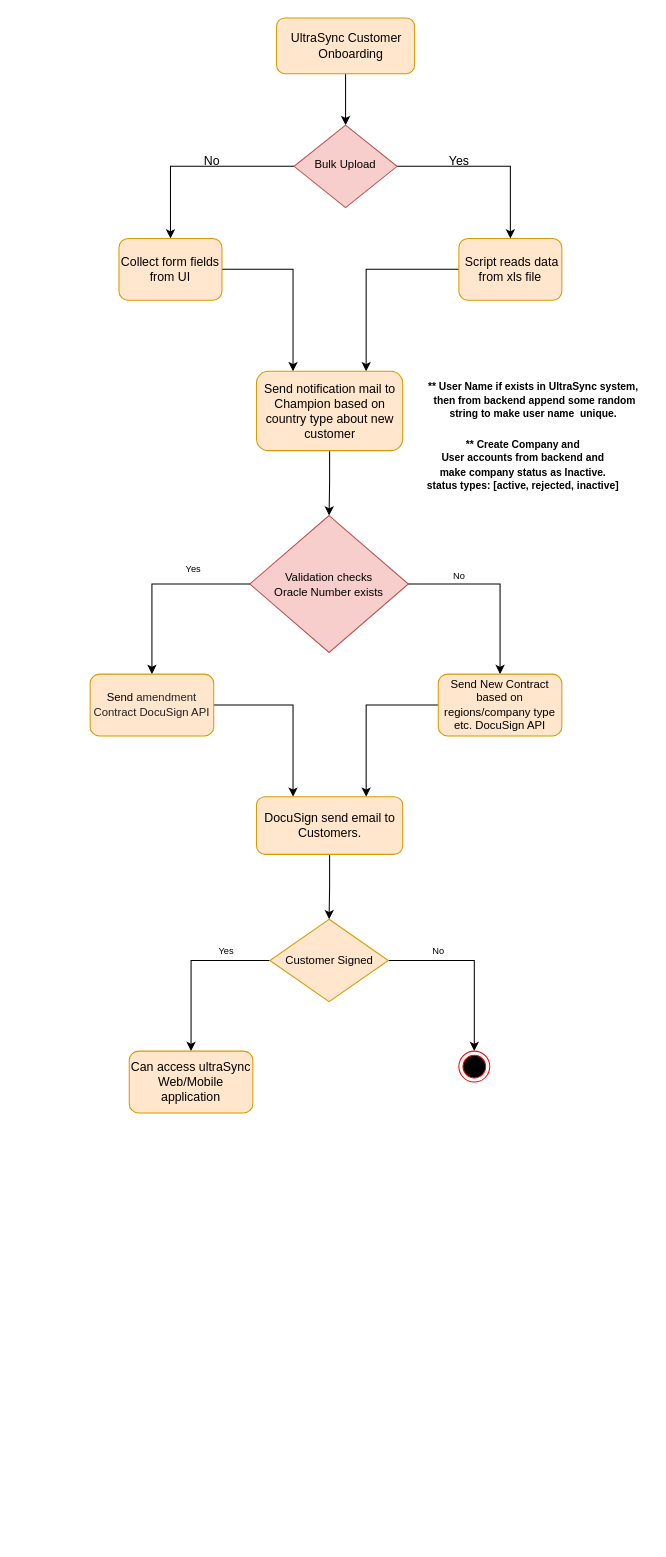
Earlier version of the draw.io diagram onboarding_champions.drawio (venkatnr/Account). Source tidied: cells renumbered, new cells numbered last; positions are measured from the earlier drawing's top-left corner, leaving out a move shared by most shapes. Both pictures are drawn from the tidied source at 103%, with x=0, y=0 at pixel (90, 18).
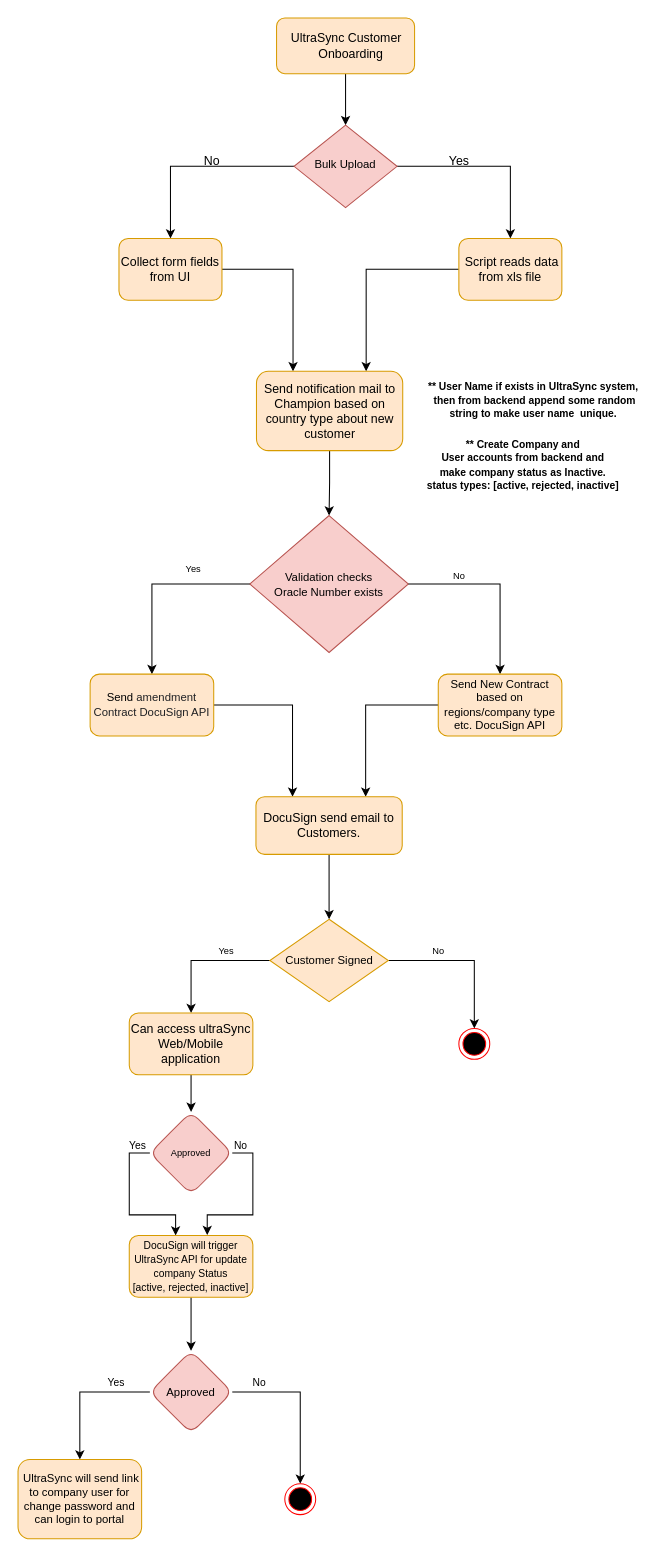
The same diagram, later.

Change to the diagram source:
```diff
@@
     <mxCell id="29" style="ellipse;html=1;shape=endState;fillColor=#000000;strokeColor=#ff0000;labelBackgroundColor=#FFE6CC;fontSize=9;" parent="1" vertex="1">
-      <mxGeometry x="358" y="1003" width="30" height="30" as="geometry" />
+      <mxGeometry x="358" y="981" width="30" height="30" as="geometry" />
     </mxCell>
+    <mxCell id="37" style="edgeStyle=orthogonalEdgeStyle;rounded=0;jettySize=auto;html=1;" parent="1" edge="1" source="30" target="40">
+      <mxGeometry relative="1" as="geometry" />
+    </mxCell>
     <mxCell id="30" value="&lt;font style=&quot;font-size: 12px;&quot;&gt;Can access ultraSync Web/Mobile application&lt;br&gt;&lt;/font&gt;" style="rounded=1;whiteSpace=wrap;html=1;fontSize=9;fillColor=#ffe6cc;strokeColor=#d79b00;" parent="1" vertex="1">
-      <mxGeometry x="38" y="1003" width="120" height="60" as="geometry" />
+      <mxGeometry x="38" y="966" width="120" height="60" as="geometry" />
     </mxCell>
@@
     <mxCell id="34" value="&lt;font style=&quot;font-size: 12px;&quot;&gt;DocuSign send email to Customers.&lt;br&gt;&lt;/font&gt;" style="rounded=1;whiteSpace=wrap;html=1;fontSize=9;fillColor=#ffe6cc;strokeColor=#d79b00;" parent="1" vertex="1">
-      <mxGeometry x="161.5" y="756" width="142" height="56" as="geometry" />
+      <mxGeometry x="161" y="756" width="142" height="56" as="geometry" />
     </mxCell>
@@
+    <mxCell id="38" style="edgeStyle=orthogonalEdgeStyle;rounded=0;jettySize=auto;html=1;entryX=0.631;entryY=-0.006;entryDx=0;entryDy=0;exitX=1;exitY=0.5;exitDx=0;exitDy=0;entryPerimeter=0;" parent="1" edge="1" source="40" target="44">
+      <mxGeometry relative="1" as="geometry" />
+    </mxCell>
+    <mxCell id="39" style="edgeStyle=orthogonalEdgeStyle;rounded=0;jettySize=auto;html=1;exitX=0;exitY=0.5;exitDx=0;exitDy=0;entryX=0.375;entryY=0;entryDx=0;entryDy=0;entryPerimeter=0;" parent="1" edge="1" source="40" target="44">
+      <mxGeometry relative="1" as="geometry" />
+    </mxCell>
+    <mxCell id="40" value="Approved" style="rhombus;whiteSpace=wrap;html=1;fontSize=9;fillColor=#f8cecc;strokeColor=#b85450;rounded=1;" parent="1" vertex="1">
+      <mxGeometry x="58" y="1062" width="80" height="80" as="geometry" />
+    </mxCell>
+    <mxCell id="41" value="&lt;font style=&quot;font-size: 10px;&quot;&gt;Yes&lt;/font&gt;" style="text;html=1;align=center;verticalAlign=middle;strokeColor=none;fillColor=none;" parent="1" vertex="1">
+      <mxGeometry x="28" y="1077" width="35" height="35" as="geometry" />
+    </mxCell>
+    <mxCell id="42" value="&lt;font style=&quot;font-size: 10px;&quot;&gt;No&lt;/font&gt;" style="text;html=1;align=center;verticalAlign=middle;strokeColor=none;fillColor=none;" parent="1" vertex="1">
+      <mxGeometry x="128" y="1077" width="35" height="35" as="geometry" />
+    </mxCell>
+    <mxCell id="43" style="edgeStyle=orthogonalEdgeStyle;rounded=0;jettySize=auto;html=1;fontSize=10;" parent="1" edge="1" source="44" target="47">
+      <mxGeometry relative="1" as="geometry" />
+    </mxCell>
+    <mxCell id="44" value="&lt;font style=&quot;font-size: 10px;&quot;&gt;DocuSign will trigger UltraSync API for update company Status&lt;br&gt;[active, rejected, inactive]&lt;br&gt;&lt;/font&gt;" style="rounded=1;whiteSpace=wrap;html=1;fontSize=11;fillColor=#ffe6cc;strokeColor=#d79b00;" parent="1" vertex="1">
+      <mxGeometry x="38" y="1182" width="120" height="60" as="geometry" />
+    </mxCell>
+    <mxCell id="45" style="edgeStyle=orthogonalEdgeStyle;rounded=0;jettySize=auto;html=1;fontSize=10;entryX=0.5;entryY=0;entryDx=0;entryDy=0;" parent="1" edge="1" source="47" target="48">
+      <mxGeometry relative="1" as="geometry" />
+    </mxCell>
+    <mxCell id="46" style="edgeStyle=orthogonalEdgeStyle;rounded=0;jettySize=auto;html=1;entryX=0.5;entryY=0;entryDx=0;entryDy=0;fontSize=10;" parent="1" edge="1" source="47" target="49">
+      <mxGeometry relative="1" as="geometry" />
+    </mxCell>
+    <mxCell id="47" value="Approved" style="rhombus;whiteSpace=wrap;html=1;fontSize=11;fillColor=#f8cecc;strokeColor=#b85450;rounded=1;" parent="1" vertex="1">
+      <mxGeometry x="58" y="1294" width="80" height="80" as="geometry" />
+    </mxCell>
+    <mxCell id="48" value="&amp;nbsp;UltraSync will send link to company user for change password and can login to portal" style="whiteSpace=wrap;html=1;fontSize=11;fillColor=#ffe6cc;strokeColor=#d79b00;rounded=1;" parent="1" vertex="1">
+      <mxGeometry x="-70" y="1399.5" width="120" height="77" as="geometry" />
+    </mxCell>
+    <mxCell id="49" style="ellipse;html=1;shape=endState;fillColor=#000000;strokeColor=#ff0000;labelBackgroundColor=#FFE6CC;fontSize=9;" parent="1" vertex="1">
+      <mxGeometry x="189" y="1423" width="30" height="30" as="geometry" />
+    </mxCell>
+    <mxCell id="50" value="Yes" style="text;html=1;align=center;verticalAlign=middle;strokeColor=none;fillColor=none;fontSize=10;" parent="1" vertex="1">
+      <mxGeometry x="7" y="1311" width="35" height="28" as="geometry" />
+    </mxCell>
+    <mxCell id="51" value="No" style="text;html=1;align=center;verticalAlign=middle;strokeColor=none;fillColor=none;fontSize=10;" parent="1" vertex="1">
+      <mxGeometry x="146" y="1311" width="35" height="28" as="geometry" />
+    </mxCell>
```
